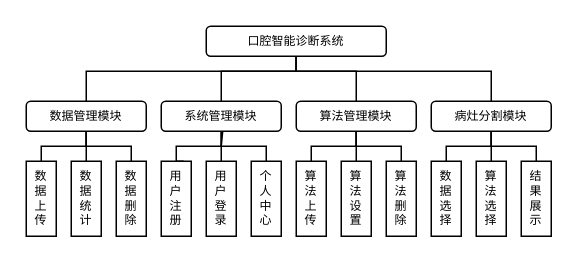
qjl988/drawio keeps this draw.io diagram as page "功能设计图" (2 of 4) of 第五章绘图.drawio. Above is the earlier version. Source tidied: cells renumbered, new cells numbered last; positions are measured from the earlier drawing's top-left corner, leaving out a move shared by most shapes. Both pictures are drawn from the tidied source at 150%, with x=0, y=0 at pixel (26, 26).
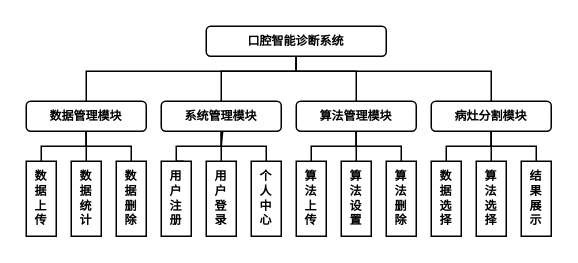
The same page after the edit.

The edit, as a diff of the source:
```diff
@@
-    <mxCell id="2" style="edgeStyle=orthogonalEdgeStyle;rounded=0;jettySize=auto;html=1;endArrow=none;endFill=0;fontSize=8;" parent="1" edge="1" source="6" target="8">
+    <mxCell id="2" style="edgeStyle=orthogonalEdgeStyle;rounded=0;jettySize=auto;html=1;endArrow=none;endFill=0;fontSize=8;fontStyle=1;strokeWidth=1;" parent="1" edge="1" source="6" target="8">
       <mxGeometry relative="1" as="geometry">
         <Array as="points">
           <mxPoint x="180" y="30" />
           <mxPoint x="40" y="30" />
         </Array>
       </mxGeometry>
     </mxCell>
-    <mxCell id="3" style="edgeStyle=orthogonalEdgeStyle;rounded=0;jettySize=auto;html=1;entryX=0.5;entryY=0;entryDx=0;entryDy=0;endArrow=none;endFill=0;fontSize=8;" parent="1" edge="1" source="6" target="9">
+    <mxCell id="3" style="edgeStyle=orthogonalEdgeStyle;rounded=0;jettySize=auto;html=1;entryX=0.5;entryY=0;entryDx=0;entryDy=0;endArrow=none;endFill=0;fontSize=8;fontStyle=1;strokeWidth=1;" parent="1" edge="1" source="6" target="9">
       <mxGeometry relative="1" as="geometry">
         <Array as="points">
           <mxPoint x="180" y="30" />
           <mxPoint x="130" y="30" />
         </Array>
       </mxGeometry>
     </mxCell>
-    <mxCell id="4" style="edgeStyle=orthogonalEdgeStyle;rounded=0;jettySize=auto;html=1;entryX=0.5;entryY=0;entryDx=0;entryDy=0;endArrow=none;endFill=0;fontSize=8;" parent="1" edge="1" source="6" target="11">
+    <mxCell id="4" style="edgeStyle=orthogonalEdgeStyle;rounded=0;jettySize=auto;html=1;entryX=0.5;entryY=0;entryDx=0;entryDy=0;endArrow=none;endFill=0;fontSize=8;fontStyle=1;strokeWidth=1;" parent="1" edge="1" source="6" target="11">
       <mxGeometry relative="1" as="geometry">
         <Array as="points">
           <mxPoint x="180" y="30" />
           <mxPoint x="220" y="30" />
         </Array>
       </mxGeometry>
     </mxCell>
-    <mxCell id="5" style="edgeStyle=orthogonalEdgeStyle;rounded=0;jettySize=auto;html=1;entryX=0.5;entryY=0;entryDx=0;entryDy=0;endArrow=none;endFill=0;fontSize=8;" parent="1" edge="1" source="6" target="12">
+    <mxCell id="5" style="edgeStyle=orthogonalEdgeStyle;rounded=0;jettySize=auto;html=1;entryX=0.5;entryY=0;entryDx=0;entryDy=0;endArrow=none;endFill=0;fontSize=8;fontStyle=1;strokeWidth=1;" parent="1" edge="1" source="6" target="12">
       <mxGeometry relative="1" as="geometry">
         <Array as="points">
           <mxPoint x="180" y="30" />
           <mxPoint x="310" y="30" />
         </Array>
       </mxGeometry>
     </mxCell>
-    <mxCell id="6" value="口腔智能诊断系统" style="rounded=1;whiteSpace=wrap;html=1;fontFamily=宋体;fontSize=8;align=center;" parent="1" vertex="1">
+    <mxCell id="6" value="口腔智能诊断系统" style="rounded=1;whiteSpace=wrap;html=1;fontFamily=宋体;fontSize=8;align=center;fontStyle=1;strokeWidth=1;" parent="1" vertex="1">
       <mxGeometry x="120" width="120" height="20" as="geometry" />
     </mxCell>
-    <mxCell id="7" style="edgeStyle=orthogonalEdgeStyle;rounded=0;jettySize=auto;html=1;entryX=0.5;entryY=0;entryDx=0;entryDy=0;endArrow=none;endFill=0;endSize=4;fontSize=8;" parent="1" edge="1" source="8" target="33">
+    <mxCell id="7" style="edgeStyle=orthogonalEdgeStyle;rounded=0;jettySize=auto;html=1;entryX=0.5;entryY=0;entryDx=0;entryDy=0;endArrow=none;endFill=0;endSize=4;fontSize=8;fontStyle=1;strokeWidth=1;" parent="1" edge="1" source="8" target="33">
       <mxGeometry relative="1" as="geometry" />
     </mxCell>
-    <mxCell id="8" value="数据管理模块" style="rounded=1;whiteSpace=wrap;html=1;fontFamily=宋体;fontSize=8;" parent="1" vertex="1">
+    <mxCell id="8" value="数据管理模块" style="rounded=1;whiteSpace=wrap;html=1;fontFamily=宋体;fontSize=8;fontStyle=1;strokeWidth=1;" parent="1" vertex="1">
       <mxGeometry y="50" width="80" height="20" as="geometry" />
     </mxCell>
-    <mxCell id="9" value="系统管理模块" style="rounded=1;whiteSpace=wrap;html=1;fontFamily=宋体;fontSize=8;" parent="1" vertex="1">
+    <mxCell id="9" value="系统管理模块" style="rounded=1;whiteSpace=wrap;html=1;fontFamily=宋体;fontSize=8;fontStyle=1;strokeWidth=1;" parent="1" vertex="1">
       <mxGeometry x="90" y="50" width="80" height="20" as="geometry" />
     </mxCell>
-    <mxCell id="10" style="edgeStyle=orthogonalEdgeStyle;rounded=0;jettySize=auto;html=1;entryX=0.5;entryY=0;entryDx=0;entryDy=0;endArrow=none;endFill=0;fontSize=8;" parent="1" edge="1" source="11" target="34">
+    <mxCell id="10" style="edgeStyle=orthogonalEdgeStyle;rounded=0;jettySize=auto;html=1;entryX=0.5;entryY=0;entryDx=0;entryDy=0;endArrow=none;endFill=0;fontSize=8;fontStyle=1;strokeWidth=1;" parent="1" edge="1" source="11" target="34">
       <mxGeometry relative="1" as="geometry" />
     </mxCell>
-    <mxCell id="11" value="算法管理模块" style="rounded=1;whiteSpace=wrap;html=1;fontFamily=宋体;fontSize=8;" parent="1" vertex="1">
+    <mxCell id="11" value="算法管理模块" style="rounded=1;whiteSpace=wrap;html=1;fontFamily=宋体;fontSize=8;fontStyle=1;strokeWidth=1;" parent="1" vertex="1">
       <mxGeometry x="180" y="50" width="80" height="20" as="geometry" />
     </mxCell>
-    <mxCell id="12" value="病灶分割模块" style="rounded=1;whiteSpace=wrap;html=1;fontFamily=宋体;fontSize=8;" parent="1" vertex="1">
+    <mxCell id="12" value="病灶分割模块" style="rounded=1;whiteSpace=wrap;html=1;fontFamily=宋体;fontSize=8;fontStyle=1;strokeWidth=1;" parent="1" vertex="1">
       <mxGeometry x="270" y="50" width="80" height="20" as="geometry" />
     </mxCell>
-    <mxCell id="13" style="edgeStyle=orthogonalEdgeStyle;rounded=0;jettySize=auto;html=1;entryX=0.5;entryY=1;entryDx=0;entryDy=0;endArrow=none;endFill=0;fontSize=8;" parent="1" edge="1" source="14" target="8">
+    <mxCell id="13" style="edgeStyle=orthogonalEdgeStyle;rounded=0;jettySize=auto;html=1;entryX=0.5;entryY=1;entryDx=0;entryDy=0;endArrow=none;endFill=0;fontSize=8;fontStyle=1;strokeWidth=1;" parent="1" edge="1" source="14" target="8">
       <mxGeometry relative="1" as="geometry">
         <Array as="points">
           <mxPoint x="10" y="80" />
           <mxPoint x="40" y="80" />
         </Array>
       </mxGeometry>
     </mxCell>
-    <mxCell id="14" value="数&lt;div style=&quot;font-size: 8px;&quot;&gt;据&lt;/div&gt;&lt;div style=&quot;font-size: 8px;&quot;&gt;上&lt;/div&gt;&lt;div style=&quot;font-size: 8px;&quot;&gt;传&lt;/div&gt;" style="rounded=0;whiteSpace=wrap;html=1;fontFamily=宋体;fontSize=8;" parent="1" vertex="1">
+    <mxCell id="14" value="数&lt;div style=&quot;font-size: 8px;&quot;&gt;据&lt;/div&gt;&lt;div style=&quot;font-size: 8px;&quot;&gt;上&lt;/div&gt;&lt;div style=&quot;font-size: 8px;&quot;&gt;传&lt;/div&gt;" style="rounded=0;whiteSpace=wrap;html=1;fontFamily=宋体;fontSize=8;fontStyle=1;strokeWidth=1;" parent="1" vertex="1">
       <mxGeometry y="90" width="20" height="50" as="geometry" />
     </mxCell>
-    <mxCell id="15" style="edgeStyle=orthogonalEdgeStyle;rounded=0;jettySize=auto;html=1;entryX=0.5;entryY=1;entryDx=0;entryDy=0;endArrow=none;endFill=0;fontSize=8;" parent="1" edge="1" source="16" target="8">
+    <mxCell id="15" style="edgeStyle=orthogonalEdgeStyle;rounded=0;jettySize=auto;html=1;entryX=0.5;entryY=1;entryDx=0;entryDy=0;endArrow=none;endFill=0;fontSize=8;fontStyle=1;strokeWidth=1;" parent="1" edge="1" source="16" target="8">
       <mxGeometry relative="1" as="geometry">
         <Array as="points">
           <mxPoint x="70" y="80" />
           <mxPoint x="40" y="80" />
         </Array>
       </mxGeometry>
     </mxCell>
-    <mxCell id="16" value="数&lt;div style=&quot;font-size: 8px;&quot;&gt;据&lt;/div&gt;&lt;div style=&quot;font-size: 8px;&quot;&gt;删&lt;/div&gt;&lt;div style=&quot;font-size: 8px;&quot;&gt;除&lt;/div&gt;" style="rounded=0;whiteSpace=wrap;html=1;fontFamily=宋体;fontSize=8;" parent="1" vertex="1">
+    <mxCell id="16" value="数&lt;div style=&quot;font-size: 8px;&quot;&gt;据&lt;/div&gt;&lt;div style=&quot;font-size: 8px;&quot;&gt;删&lt;/div&gt;&lt;div style=&quot;font-size: 8px;&quot;&gt;除&lt;/div&gt;" style="rounded=0;whiteSpace=wrap;html=1;fontFamily=宋体;fontSize=8;fontStyle=1;strokeWidth=1;" parent="1" vertex="1">
       <mxGeometry x="60" y="90" width="20" height="50" as="geometry" />
     </mxCell>
-    <mxCell id="17" value="用&lt;div style=&quot;font-size: 8px;&quot;&gt;户&lt;/div&gt;&lt;div style=&quot;font-size: 8px;&quot;&gt;注&lt;/div&gt;&lt;div style=&quot;font-size: 8px;&quot;&gt;册&lt;/div&gt;" style="rounded=0;whiteSpace=wrap;html=1;fontFamily=宋体;fontSize=8;" parent="1" vertex="1">
+    <mxCell id="17" value="用&lt;div style=&quot;font-size: 8px;&quot;&gt;户&lt;/div&gt;&lt;div style=&quot;font-size: 8px;&quot;&gt;注&lt;/div&gt;&lt;div style=&quot;font-size: 8px;&quot;&gt;册&lt;/div&gt;" style="rounded=0;whiteSpace=wrap;html=1;fontFamily=宋体;fontSize=8;fontStyle=1;strokeWidth=1;" parent="1" vertex="1">
       <mxGeometry x="90" y="90" width="20" height="50" as="geometry" />
     </mxCell>
-    <mxCell id="18" style="edgeStyle=orthogonalEdgeStyle;rounded=0;jettySize=auto;html=1;entryX=0.5;entryY=1;entryDx=0;entryDy=0;endArrow=none;endFill=0;fontSize=8;" parent="1" edge="1" source="19" target="9">
+    <mxCell id="18" style="edgeStyle=orthogonalEdgeStyle;rounded=0;jettySize=auto;html=1;entryX=0.5;entryY=1;entryDx=0;entryDy=0;endArrow=none;endFill=0;fontSize=8;fontStyle=1;strokeWidth=1;" parent="1" edge="1" source="19" target="9">
       <mxGeometry relative="1" as="geometry" />
     </mxCell>
-    <mxCell id="19" value="用&lt;div style=&quot;font-size: 8px;&quot;&gt;户&lt;/div&gt;&lt;div style=&quot;font-size: 8px;&quot;&gt;登&lt;/div&gt;&lt;div style=&quot;font-size: 8px;&quot;&gt;录&lt;/div&gt;" style="rounded=0;whiteSpace=wrap;html=1;fontFamily=宋体;fontSize=8;" parent="1" vertex="1">
+    <mxCell id="19" value="用&lt;div style=&quot;font-size: 8px;&quot;&gt;户&lt;/div&gt;&lt;div style=&quot;font-size: 8px;&quot;&gt;登&lt;/div&gt;&lt;div style=&quot;font-size: 8px;&quot;&gt;录&lt;/div&gt;" style="rounded=0;whiteSpace=wrap;html=1;fontFamily=宋体;fontSize=8;fontStyle=1;strokeWidth=1;" parent="1" vertex="1">
       <mxGeometry x="120" y="90" width="20" height="50" as="geometry" />
     </mxCell>
-    <mxCell id="20" value="个&lt;div&gt;人&lt;/div&gt;&lt;div&gt;中&lt;/div&gt;&lt;div&gt;心&lt;/div&gt;" style="rounded=0;whiteSpace=wrap;html=1;fontFamily=宋体;fontSize=8;" parent="1" vertex="1">
+    <mxCell id="20" value="个&lt;div&gt;人&lt;/div&gt;&lt;div&gt;中&lt;/div&gt;&lt;div&gt;心&lt;/div&gt;" style="rounded=0;whiteSpace=wrap;html=1;fontFamily=宋体;fontSize=8;fontStyle=1;strokeWidth=1;" parent="1" vertex="1">
       <mxGeometry x="150" y="90" width="20" height="50" as="geometry" />
     </mxCell>
-    <mxCell id="21" style="edgeStyle=orthogonalEdgeStyle;rounded=0;jettySize=auto;html=1;entryX=0.5;entryY=1;entryDx=0;entryDy=0;endArrow=none;endFill=0;fontSize=8;" parent="1" edge="1" source="22" target="11">
+    <mxCell id="21" style="edgeStyle=orthogonalEdgeStyle;rounded=0;jettySize=auto;html=1;entryX=0.5;entryY=1;entryDx=0;entryDy=0;endArrow=none;endFill=0;fontSize=8;fontStyle=1;strokeWidth=1;" parent="1" edge="1" source="22" target="11">
       <mxGeometry relative="1" as="geometry">
         <Array as="points">
           <mxPoint x="190" y="80" />
           <mxPoint x="220" y="80" />
         </Array>
       </mxGeometry>
     </mxCell>
-    <mxCell id="22" value="算&lt;div&gt;法&lt;/div&gt;&lt;div&gt;上&lt;/div&gt;&lt;div&gt;传&lt;/div&gt;" style="rounded=0;whiteSpace=wrap;html=1;fontFamily=宋体;fontSize=8;" parent="1" vertex="1">
+    <mxCell id="22" value="算&lt;div&gt;法&lt;/div&gt;&lt;div&gt;上&lt;/div&gt;&lt;div&gt;传&lt;/div&gt;" style="rounded=0;whiteSpace=wrap;html=1;fontFamily=宋体;fontSize=8;fontStyle=1;strokeWidth=1;" parent="1" vertex="1">
       <mxGeometry x="180" y="90" width="20" height="50" as="geometry" />
     </mxCell>
-    <mxCell id="23" style="edgeStyle=orthogonalEdgeStyle;rounded=0;jettySize=auto;html=1;entryX=0.5;entryY=1;entryDx=0;entryDy=0;endArrow=none;endFill=0;fontSize=8;" parent="1" edge="1" source="24" target="11">
+    <mxCell id="23" style="edgeStyle=orthogonalEdgeStyle;rounded=0;jettySize=auto;html=1;entryX=0.5;entryY=1;entryDx=0;entryDy=0;endArrow=none;endFill=0;fontSize=8;fontStyle=1;strokeWidth=1;" parent="1" edge="1" source="24" target="11">
       <mxGeometry relative="1" as="geometry">
         <Array as="points">
           <mxPoint x="250" y="80" />
           <mxPoint x="220" y="80" />
         </Array>
       </mxGeometry>
     </mxCell>
-    <mxCell id="24" value="算&lt;div&gt;法&lt;/div&gt;&lt;div&gt;删&lt;/div&gt;&lt;div&gt;除&lt;/div&gt;" style="rounded=0;whiteSpace=wrap;html=1;fontFamily=宋体;fontSize=8;" parent="1" vertex="1">
+    <mxCell id="24" value="算&lt;div&gt;法&lt;/div&gt;&lt;div&gt;删&lt;/div&gt;&lt;div&gt;除&lt;/div&gt;" style="rounded=0;whiteSpace=wrap;html=1;fontFamily=宋体;fontSize=8;fontStyle=1;strokeWidth=1;" parent="1" vertex="1">
       <mxGeometry x="240" y="90" width="20" height="50" as="geometry" />
     </mxCell>
-    <mxCell id="25" style="edgeStyle=orthogonalEdgeStyle;rounded=0;jettySize=auto;html=1;entryX=0.5;entryY=1;entryDx=0;entryDy=0;endArrow=none;endFill=0;fontSize=8;" parent="1" edge="1" source="26" target="12">
+    <mxCell id="25" style="edgeStyle=orthogonalEdgeStyle;rounded=0;jettySize=auto;html=1;entryX=0.5;entryY=1;entryDx=0;entryDy=0;endArrow=none;endFill=0;fontSize=8;fontStyle=1;strokeWidth=1;" parent="1" edge="1" source="26" target="12">
       <mxGeometry relative="1" as="geometry">
         <Array as="points">
           <mxPoint x="280" y="80" />
           <mxPoint x="310" y="80" />
         </Array>
       </mxGeometry>
     </mxCell>
-    <mxCell id="26" value="数&lt;div&gt;据&lt;/div&gt;&lt;div&gt;选&lt;/div&gt;&lt;div&gt;择&lt;/div&gt;" style="rounded=0;whiteSpace=wrap;html=1;fontFamily=宋体;fontSize=8;" parent="1" vertex="1">
+    <mxCell id="26" value="数&lt;div&gt;据&lt;/div&gt;&lt;div&gt;选&lt;/div&gt;&lt;div&gt;择&lt;/div&gt;" style="rounded=0;whiteSpace=wrap;html=1;fontFamily=宋体;fontSize=8;fontStyle=1;strokeWidth=1;" parent="1" vertex="1">
       <mxGeometry x="270" y="90" width="20" height="50" as="geometry" />
     </mxCell>
-    <mxCell id="27" style="edgeStyle=orthogonalEdgeStyle;rounded=0;jettySize=auto;html=1;entryX=0.5;entryY=1;entryDx=0;entryDy=0;endArrow=none;endFill=0;fontSize=8;" parent="1" edge="1" source="28" target="12">
+    <mxCell id="27" style="edgeStyle=orthogonalEdgeStyle;rounded=0;jettySize=auto;html=1;entryX=0.5;entryY=1;entryDx=0;entryDy=0;endArrow=none;endFill=0;fontSize=8;fontStyle=1;strokeWidth=1;" parent="1" edge="1" source="28" target="12">
       <mxGeometry relative="1" as="geometry">
         <Array as="points">
           <mxPoint x="340" y="80" />
           <mxPoint x="310" y="80" />
         </Array>
       </mxGeometry>
     </mxCell>
-    <mxCell id="28" value="结&lt;div&gt;果&lt;/div&gt;&lt;div&gt;展&lt;/div&gt;&lt;div&gt;示&lt;/div&gt;" style="rounded=0;whiteSpace=wrap;html=1;fontFamily=宋体;fontSize=8;" parent="1" vertex="1">
+    <mxCell id="28" value="结&lt;div&gt;果&lt;/div&gt;&lt;div&gt;展&lt;/div&gt;&lt;div&gt;示&lt;/div&gt;" style="rounded=0;whiteSpace=wrap;html=1;fontFamily=宋体;fontSize=8;fontStyle=1;strokeWidth=1;" parent="1" vertex="1">
       <mxGeometry x="330" y="90" width="20" height="50" as="geometry" />
     </mxCell>
-    <mxCell id="29" style="edgeStyle=orthogonalEdgeStyle;rounded=0;jettySize=auto;html=1;entryX=0.5;entryY=1;entryDx=0;entryDy=0;endArrow=none;endFill=0;fontSize=8;" parent="1" edge="1" source="30" target="12">
+    <mxCell id="29" style="edgeStyle=orthogonalEdgeStyle;rounded=0;jettySize=auto;html=1;entryX=0.5;entryY=1;entryDx=0;entryDy=0;endArrow=none;endFill=0;fontSize=8;fontStyle=1;strokeWidth=1;" parent="1" edge="1" source="30" target="12">
       <mxGeometry relative="1" as="geometry">
         <Array as="points">
           <mxPoint x="310" y="80" />
           <mxPoint x="310" y="80" />
         </Array>
       </mxGeometry>
     </mxCell>
-    <mxCell id="30" value="算&lt;div&gt;法&lt;/div&gt;&lt;div&gt;选&lt;/div&gt;&lt;div&gt;择&lt;/div&gt;" style="rounded=0;whiteSpace=wrap;html=1;fontFamily=宋体;fontSize=8;" parent="1" vertex="1">
+    <mxCell id="30" value="算&lt;div&gt;法&lt;/div&gt;&lt;div&gt;选&lt;/div&gt;&lt;div&gt;择&lt;/div&gt;" style="rounded=0;whiteSpace=wrap;html=1;fontFamily=宋体;fontSize=8;fontStyle=1;strokeWidth=1;" parent="1" vertex="1">
       <mxGeometry x="300" y="90" width="20" height="50" as="geometry" />
     </mxCell>
-    <mxCell id="31" style="edgeStyle=orthogonalEdgeStyle;rounded=0;orthogonalLoop=1;jettySize=auto;html=1;entryX=0.5;entryY=1;entryDx=0;entryDy=0;endArrow=none;endFill=0;fontSize=8;" parent="1" edge="1">
+    <mxCell id="31" style="edgeStyle=orthogonalEdgeStyle;rounded=0;orthogonalLoop=1;jettySize=auto;html=1;entryX=0.5;entryY=1;entryDx=0;entryDy=0;endArrow=none;endFill=0;fontSize=8;fontStyle=1;strokeWidth=1;" parent="1" edge="1">
       <mxGeometry relative="1" as="geometry">
         <mxPoint x="105" y="90" as="sourcePoint" />
         <mxPoint x="130" y="70" as="targetPoint" />
         <Array as="points">
           <mxPoint x="100" y="90" />
           <mxPoint x="100" y="80" />
           <mxPoint x="130" y="80" />
         </Array>
       </mxGeometry>
     </mxCell>
-    <mxCell id="32" style="edgeStyle=orthogonalEdgeStyle;rounded=0;jettySize=auto;html=1;entryX=0.512;entryY=1.002;entryDx=0;entryDy=0;entryPerimeter=0;endArrow=none;endFill=0;fontSize=8;" parent="1" edge="1" source="20" target="9">
+    <mxCell id="32" style="edgeStyle=orthogonalEdgeStyle;rounded=0;jettySize=auto;html=1;entryX=0.512;entryY=1.002;entryDx=0;entryDy=0;entryPerimeter=0;endArrow=none;endFill=0;fontSize=8;fontStyle=1;strokeWidth=1;" parent="1" edge="1" source="20" target="9">
       <mxGeometry relative="1" as="geometry">
         <Array as="points">
           <mxPoint x="160" y="80" />
           <mxPoint x="130" y="80" />
           <mxPoint x="130" y="70" />
         </Array>
       </mxGeometry>
     </mxCell>
-    <mxCell id="33" value="数&lt;div&gt;据&lt;/div&gt;&lt;div&gt;统&lt;/div&gt;&lt;div&gt;计&lt;/div&gt;" style="rounded=0;whiteSpace=wrap;html=1;fontFamily=宋体;fontSize=8;" parent="1" vertex="1">
+    <mxCell id="33" value="数&lt;div&gt;据&lt;/div&gt;&lt;div&gt;统&lt;/div&gt;&lt;div&gt;计&lt;/div&gt;" style="rounded=0;whiteSpace=wrap;html=1;fontFamily=宋体;fontSize=8;fontStyle=1;strokeWidth=1;" parent="1" vertex="1">
       <mxGeometry x="30" y="90" width="20" height="50" as="geometry" />
     </mxCell>
-    <mxCell id="34" value="算&lt;div&gt;法&lt;/div&gt;&lt;div&gt;设&lt;/div&gt;&lt;div&gt;置&lt;/div&gt;" style="rounded=0;whiteSpace=wrap;html=1;fontFamily=宋体;fontSize=8;" parent="1" vertex="1">
+    <mxCell id="34" value="算&lt;div&gt;法&lt;/div&gt;&lt;div&gt;设&lt;/div&gt;&lt;div&gt;置&lt;/div&gt;" style="rounded=0;whiteSpace=wrap;html=1;fontFamily=宋体;fontSize=8;fontStyle=1;strokeWidth=1;" parent="1" vertex="1">
       <mxGeometry x="210" y="90" width="20" height="50" as="geometry" />
     </mxCell>
```
